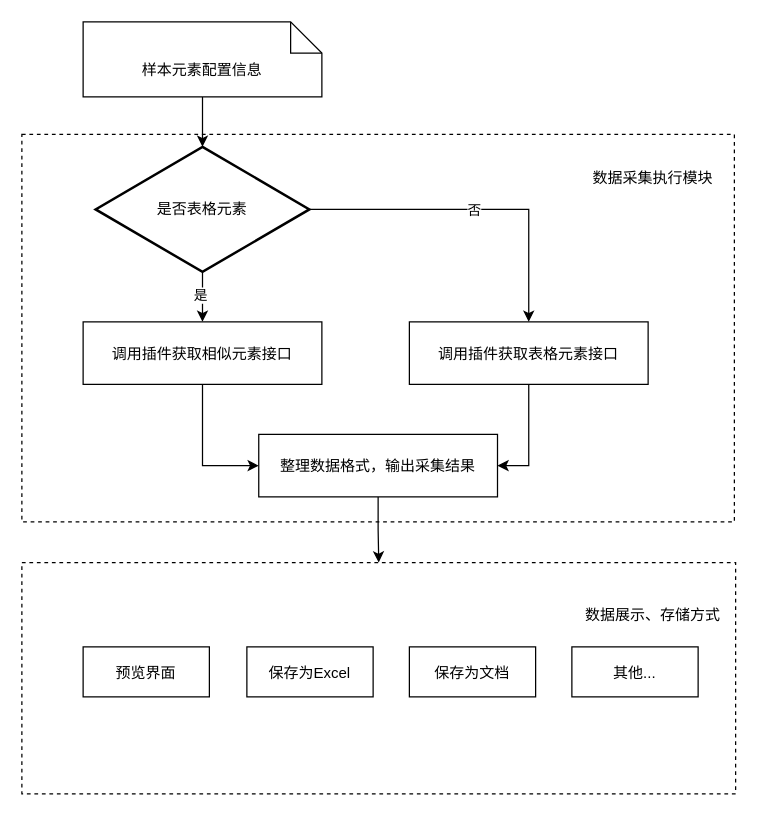
Earlier version of the draw.io diagram 数据采集发明方案图三.drawio (ColonelDarcy2018/excelsior). Source tidied: cells renumbered, new cells numbered last; positions are measured from the earlier drawing's top-left corner, leaving out a move shared by most shapes. Both pictures are drawn from the tidied source at 125%, with x=0, y=0 at pixel (21, 21).
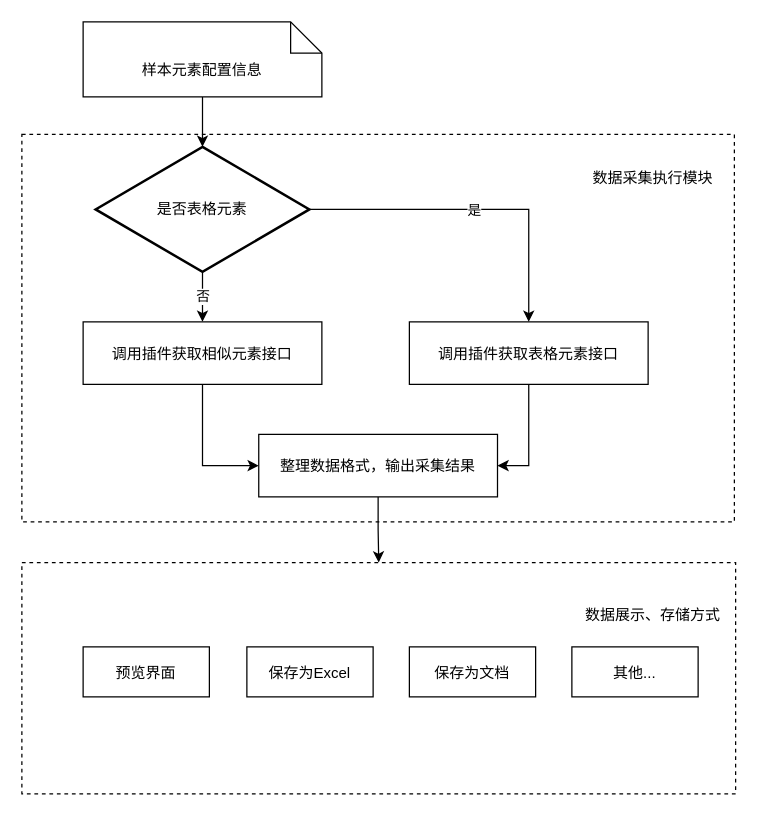
The same page after the edit.

Commit message:
更新数据采集发明方案图三.drawio

The change refers to these unchanged cells:
```xml
<mxCell id="10" style="edgeStyle=orthogonalEdgeStyle;rounded=0;jettySize=auto;html=1;entryX=0.5;entryY=0;entryDx=0;entryDy=0;" parent="1" edge="1" source="12" target="7">
  <mxGeometry relative="1" as="geometry" />
</mxCell>
<mxCell id="12" value="是否表格元素" style="strokeWidth=2;html=1;shape=mxgraph.flowchart.decision;whiteSpace=wrap;" parent="1" vertex="1">
  <mxGeometry x="59" y="100" width="171" height="100" as="geometry" />
</mxCell>
<mxCell id="14" value="调用插件获取相似元素接口" style="fontStyle=0;fontSize=12;" parent="1" vertex="1">
  <mxGeometry x="49" y="240" width="191" height="50" as="geometry" />
</mxCell>
```

The edit, as a diff of the source:
```diff
@@
-    <mxCell id="8" style="edgeStyle=orthogonalEdgeStyle;rounded=0;jettySize=auto;html=1;entryX=0.5;entryY=0;entryDx=0;entryDy=0;" parent="1" edge="1" source="12" target="14">
+    <mxCell id="8" value="否" style="edgeStyle=orthogonalEdgeStyle;rounded=0;jettySize=auto;html=1;entryX=0.5;entryY=0;entryDx=0;entryDy=0;" parent="1" edge="1" source="12" target="14">
       <mxGeometry relative="1" as="geometry" />
     </mxCell>
-    <mxCell id="9" value="是" style="edgeLabel;html=1;align=center;verticalAlign=middle;" parent="8" vertex="1">
-      <mxGeometry x="0.34" y="1" relative="1" as="geometry">
-        <mxPoint x="-3" y="-9" as="offset" />
-      </mxGeometry>
-    </mxCell>
@@
-    <mxCell id="11" value="否" style="edgeLabel;html=1;align=center;verticalAlign=middle;" parent="10" vertex="1">
+    <mxCell id="11" value="是" style="edgeLabel;html=1;align=center;verticalAlign=middle;" parent="10" vertex="1">
       <mxGeometry x="-0.01" relative="1" as="geometry" />
     </mxCell>
```
